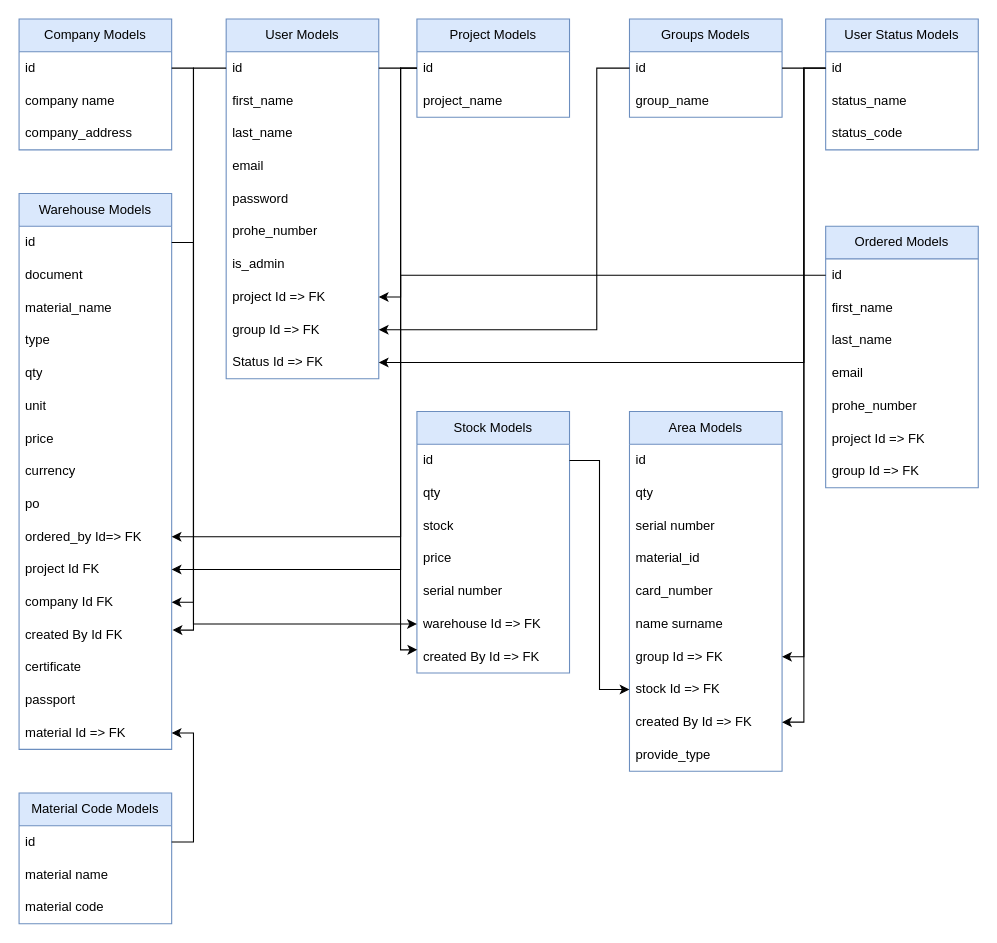
Before: DatabaseDiagram.drawio in cavidanbagiri/warehouse-management-server, a draw.io diagram. Source tidied: cells renumbered, new cells numbered last; positions are measured from the earlier drawing's top-left corner, leaving out a move shared by most shapes. Both pictures are drawn from the tidied source at 109%, with x=0, y=0 at pixel (19, 19).
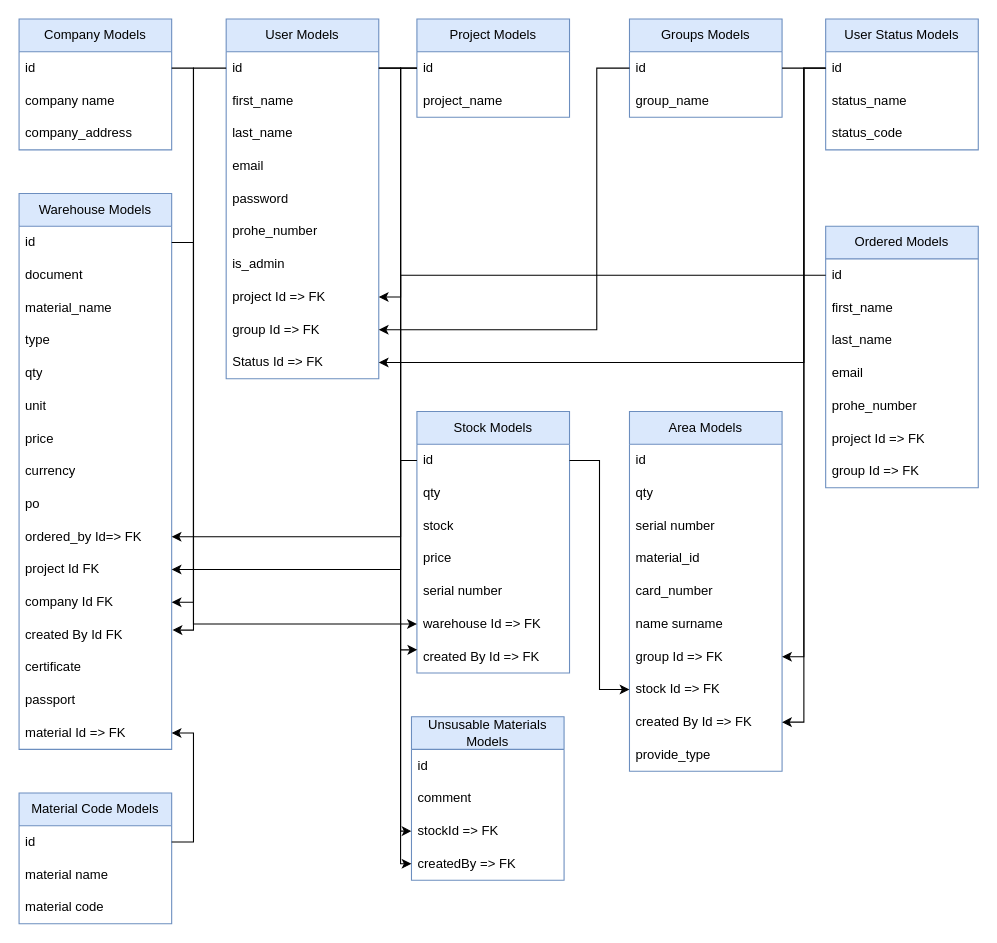
Above is the later version.

The change refers to these unchanged cells:
```xml
<mxCell id="3" value="id" style="text;strokeColor=none;fillColor=none;align=left;verticalAlign=middle;spacingLeft=4;spacingRight=4;overflow=hidden;points=[[0,0.5],[1,0.5]];portConstraint=eastwest;whiteSpace=wrap;html=1;" parent="2" vertex="1">
  <mxGeometry y="30" width="140" height="30" as="geometry" />
</mxCell>
<mxCell id="51" value="id" style="text;strokeColor=none;fillColor=none;align=left;verticalAlign=middle;spacingLeft=4;spacingRight=4;overflow=hidden;points=[[0,0.5],[1,0.5]];portConstraint=eastwest;whiteSpace=wrap;html=1;" parent="50" vertex="1">
  <mxGeometry y="30" width="140" height="30" as="geometry" />
</mxCell>
```

What changed in the source:
```diff
@@
+    <mxCell id="88" value="Unsusable Materials Models" style="swimlane;fontStyle=0;horizontal=1;startSize=30;whiteSpace=wrap;html=1;fillColor=#dae8fc;strokeColor=#6c8ebf;" parent="1" vertex="1">
+      <mxGeometry x="360" y="640" width="140" height="150" as="geometry" />
+    </mxCell>
+    <mxCell id="89" value="id" style="text;strokeColor=none;fillColor=none;align=left;verticalAlign=middle;spacingLeft=4;spacingRight=4;overflow=hidden;whiteSpace=wrap;html=1;" parent="88" vertex="1">
+      <mxGeometry y="30" width="140" height="30" as="geometry" />
+    </mxCell>
+    <mxCell id="90" value="comment" style="text;strokeColor=none;fillColor=none;align=left;verticalAlign=middle;spacingLeft=4;spacingRight=4;overflow=hidden;whiteSpace=wrap;html=1;" parent="88" vertex="1">
+      <mxGeometry y="60" width="140" height="30" as="geometry" />
+    </mxCell>
+    <mxCell id="91" value="stockId =&amp;gt; FK" style="text;strokeColor=none;fillColor=none;align=left;verticalAlign=middle;spacingLeft=4;spacingRight=4;overflow=hidden;points=[[0,0.5],[1,0.5]];portConstraint=eastwest;whiteSpace=wrap;html=1;" parent="88" vertex="1">
+      <mxGeometry y="90" width="140" height="30" as="geometry" />
+    </mxCell>
+    <mxCell id="92" value="createdBy =&amp;gt; FK" style="text;strokeColor=none;fillColor=none;align=left;verticalAlign=middle;spacingLeft=4;spacingRight=4;overflow=hidden;points=[[0,0.5],[1,0.5]];portConstraint=eastwest;whiteSpace=wrap;html=1;" parent="88" vertex="1">
+      <mxGeometry y="120" width="140" height="30" as="geometry" />
+    </mxCell>
+    <mxCell id="93" style="edgeStyle=orthogonalEdgeStyle;rounded=0;jettySize=auto;html=1;entryX=0;entryY=0.5;entryDx=0;entryDy=0;" parent="1" edge="1" source="51" target="91">
+      <mxGeometry relative="1" as="geometry">
+        <Array as="points">
+          <mxPoint x="350" y="405" />
+          <mxPoint x="350" y="745" />
+        </Array>
+      </mxGeometry>
+    </mxCell>
+    <mxCell id="94" style="edgeStyle=orthogonalEdgeStyle;rounded=0;jettySize=auto;html=1;entryX=0;entryY=0.5;entryDx=0;entryDy=0;" parent="1" edge="1" source="3" target="92">
+      <mxGeometry relative="1" as="geometry">
+        <Array as="points">
+          <mxPoint x="350" y="45" />
+          <mxPoint x="350" y="775" />
+        </Array>
+      </mxGeometry>
+    </mxCell>
```
